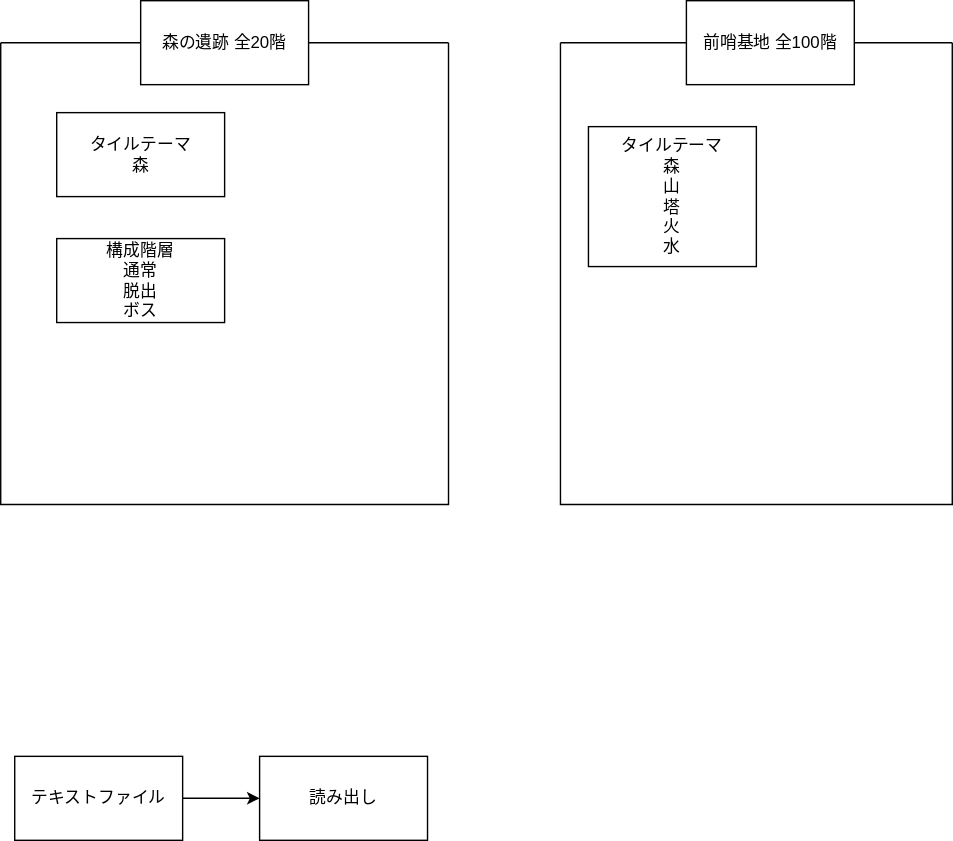
Before: docs/images/20231203level.drawio.svg, a diagram exported from draw.io (kijimaD/ruins). Source tidied: cells renumbered, new cells last; positions are measured from the earlier drawing's top-left corner, leaving out a move shared by most shapes.
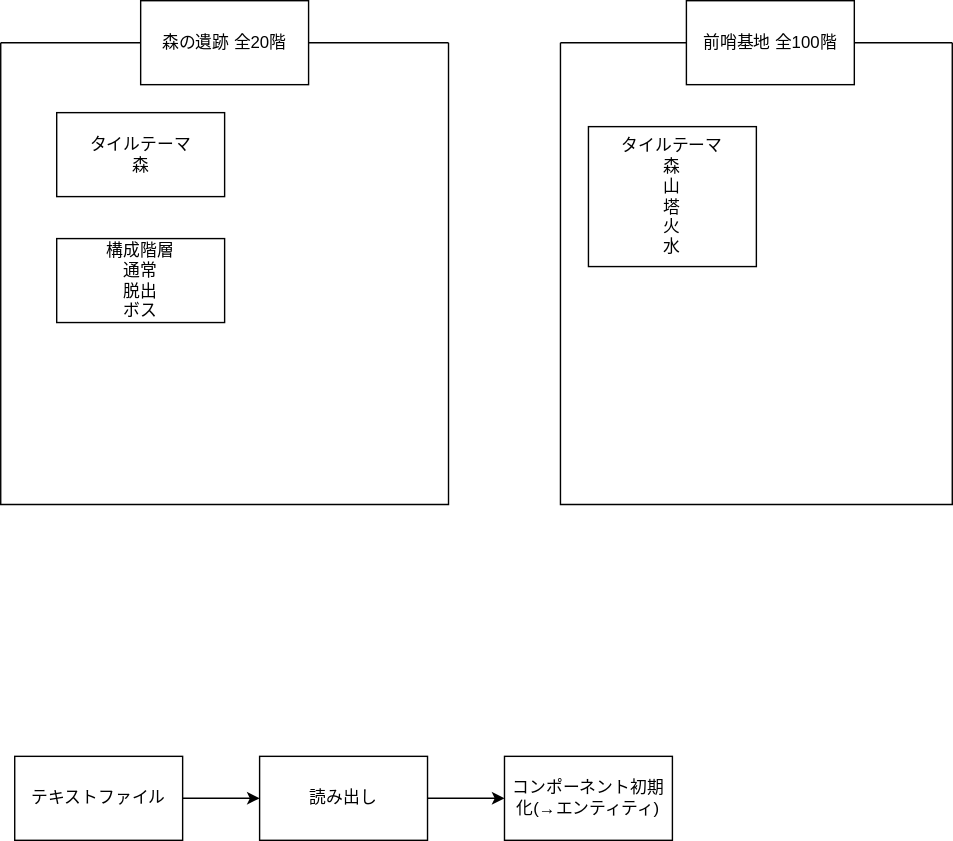
After the change.

The edit, as a diff of the source:
```diff
@@ -29,8 +29,14 @@
     <mxCell id="10" value="テキストファイル&amp;nbsp;" style="whiteSpace=wrap;html=1;" parent="1" vertex="1">
       <mxGeometry x="10" y="540" width="120" height="60" as="geometry" />
     </mxCell>
+    <mxCell id="12" style="edgeStyle=none;html=1;" parent="1" edge="1" source="11" target="13">
+      <mxGeometry relative="1" as="geometry" />
+    </mxCell>
     <mxCell id="11" value="読み出し" style="whiteSpace=wrap;html=1;" parent="1" vertex="1">
       <mxGeometry x="185" y="540" width="120" height="60" as="geometry" />
     </mxCell>
+    <mxCell id="13" value="コンポーネント初期化(→エンティティ)" style="whiteSpace=wrap;html=1;" parent="1" vertex="1">
+      <mxGeometry x="360" y="540" width="120" height="60" as="geometry" />
+    </mxCell>
   </root>
 </mxGraphModel>
```
